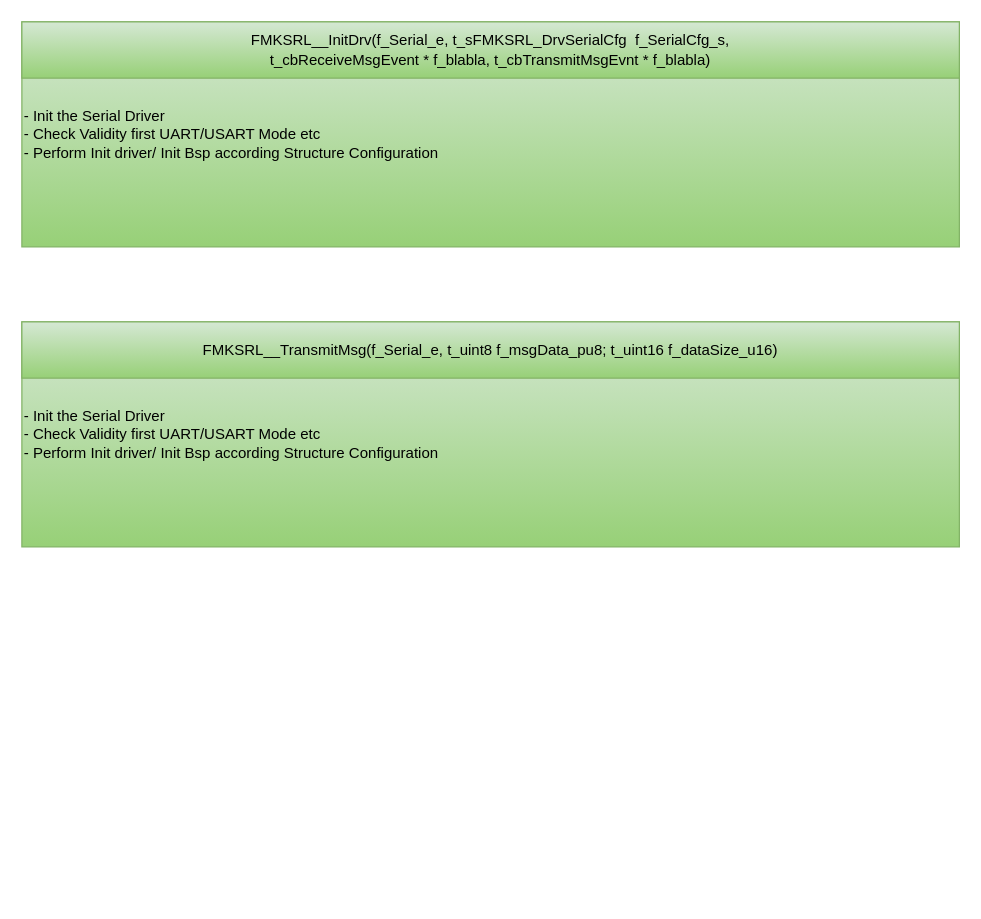
Earlier version of the draw.io diagram page "API" (4 of 14) of src/1_FMK/FMK_HAL/FMK_SRL/Doc/Design/SerialDesign.drawio (mbarbeau0545/PickersRobotPOC). Source tidied: cells renumbered, new cells numbered last; positions are measured from the earlier drawing's top-left corner, leaving out a move shared by most shapes. Both pictures are drawn from the tidied source at 125%, with x=0, y=0 at pixel (21, 21).
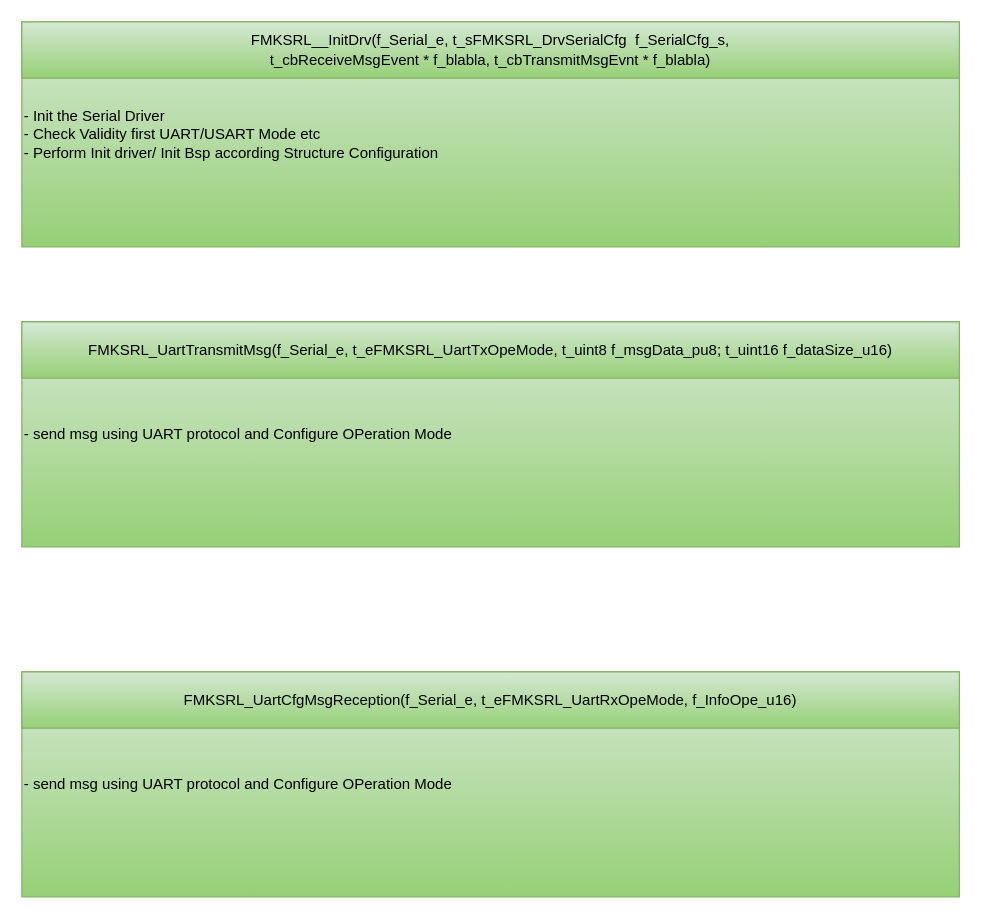
Above is the later version.

Change to the diagram source:
```diff
@@
 <mxGraphModel>
   <root>
     <mxCell id="0" />
     <mxCell id="1" parent="0" />
     <mxCell id="2" style="group;fontSize=12;" parent="1" vertex="1">
       <mxGeometry width="750" height="180" as="geometry" />
     </mxCell>
     <mxCell id="3" value="&lt;div style=&quot;font-size: 12px;&quot;&gt;&lt;div style=&quot;font-size: 12px;&quot;&gt;&lt;font style=&quot;font-size: 12px;&quot;&gt;&lt;span style=&quot;text-wrap: nowrap; font-size: 12px;&quot;&gt;- Init the Serial Driver&amp;nbsp;&lt;/span&gt;&lt;/font&gt;&lt;/div&gt;&lt;/div&gt;&lt;div style=&quot;font-size: 12px;&quot;&gt;&lt;font style=&quot;font-size: 12px;&quot;&gt;&lt;span style=&quot;text-wrap: nowrap; font-size: 12px;&quot;&gt;- Check Validity first UART/USART Mode etc&amp;nbsp;&lt;/span&gt;&lt;/font&gt;&lt;/div&gt;&lt;div style=&quot;font-size: 12px;&quot;&gt;&lt;font style=&quot;font-size: 12px;&quot;&gt;&lt;span style=&quot;text-wrap: nowrap; font-size: 12px;&quot;&gt;- Perform Init driver/ Init Bsp according Structure Configuration&amp;nbsp;&lt;/span&gt;&lt;/font&gt;&lt;/div&gt;" style="rounded=0;whiteSpace=wrap;html=1;fillColor=#d5e8d4;gradientColor=#97d077;strokeColor=#82b366;fontColor=#000000;align=left;fontSize=12;" parent="2" vertex="1">
       <mxGeometry width="750" height="180" as="geometry" />
     </mxCell>
     <mxCell id="4" value="FMKSRL__InitDrv(&lt;span style=&quot;background-color: initial;&quot;&gt;f_Serial_e,&amp;nbsp;&lt;/span&gt;&lt;span style=&quot;text-wrap: nowrap; background-color: initial; text-align: left;&quot;&gt;t_sFMKSRL_DrvSerial&lt;/span&gt;&lt;span style=&quot;text-wrap: nowrap; background-color: initial; text-align: left;&quot;&gt;Cfg&amp;nbsp; f_SerialCfg_s,&lt;/span&gt;&lt;div style=&quot;font-size: 14px;&quot;&gt;&lt;span style=&quot;font-size: 12px; background-color: initial;&quot;&gt;t_cbReceiveMsgEvent * f_blabla,&amp;nbsp;&lt;/span&gt;&lt;span style=&quot;background-color: initial; font-size: 12px;&quot;&gt;t_cbTransmitMsgEvnt * f_blabla)&lt;/span&gt;&lt;/div&gt;" style="rounded=0;whiteSpace=wrap;html=1;fillColor=#d5e8d4;gradientColor=#97d077;strokeColor=#82b366;fontColor=#000000;fontSize=12;" parent="2" vertex="1">
       <mxGeometry width="750" height="45" as="geometry" />
     </mxCell>
     <mxCell id="5" style="group;fontSize=12;" parent="1" vertex="1">
       <mxGeometry y="240" width="750" height="180" as="geometry" />
     </mxCell>
-    <mxCell id="6" value="&lt;div style=&quot;font-size: 12px;&quot;&gt;&lt;div style=&quot;font-size: 12px;&quot;&gt;&lt;font style=&quot;font-size: 12px;&quot;&gt;&lt;span style=&quot;text-wrap: nowrap; font-size: 12px;&quot;&gt;- Init the Serial Driver&amp;nbsp;&lt;/span&gt;&lt;/font&gt;&lt;/div&gt;&lt;/div&gt;&lt;div style=&quot;font-size: 12px;&quot;&gt;&lt;font style=&quot;font-size: 12px;&quot;&gt;&lt;span style=&quot;text-wrap: nowrap; font-size: 12px;&quot;&gt;- Check Validity first UART/USART Mode etc&amp;nbsp;&lt;/span&gt;&lt;/font&gt;&lt;/div&gt;&lt;div style=&quot;font-size: 12px;&quot;&gt;&lt;font style=&quot;font-size: 12px;&quot;&gt;&lt;span style=&quot;text-wrap: nowrap; font-size: 12px;&quot;&gt;- Perform Init driver/ Init Bsp according Structure Configuration&amp;nbsp;&lt;/span&gt;&lt;/font&gt;&lt;/div&gt;" style="rounded=0;whiteSpace=wrap;html=1;fillColor=#d5e8d4;gradientColor=#97d077;strokeColor=#82b366;fontColor=#000000;align=left;fontSize=12;" parent="5" vertex="1">
+    <mxCell id="6" value="&lt;div style=&quot;font-size: 12px;&quot;&gt;&lt;div style=&quot;font-size: 12px;&quot;&gt;&lt;span style=&quot;text-wrap: nowrap;&quot;&gt;- send msg using UART protocol and Configure OPeration Mode&lt;/span&gt;&lt;/div&gt;&lt;/div&gt;" style="rounded=0;whiteSpace=wrap;html=1;fillColor=#d5e8d4;gradientColor=#97d077;strokeColor=#82b366;fontColor=#000000;align=left;fontSize=12;" parent="5" vertex="1">
       <mxGeometry width="750" height="180" as="geometry" />
     </mxCell>
-    <mxCell id="7" value="&lt;div style=&quot;text-align: left;&quot;&gt;&lt;span style=&quot;background-color: initial;&quot;&gt;FMKSRL__TransmitMsg(&lt;/span&gt;&lt;span style=&quot;background-color: initial;&quot;&gt;f_Serial_e, &lt;span style=&quot;text-wrap: nowrap;&quot;&gt;t_uint8 f_msgData_pu8; t_uint16 f_dataSize_u16&lt;/span&gt;&lt;/span&gt;&lt;span style=&quot;background-color: initial;&quot;&gt;)&lt;/span&gt;&lt;/div&gt;" style="rounded=0;whiteSpace=wrap;html=1;fillColor=#d5e8d4;gradientColor=#97d077;strokeColor=#82b366;fontColor=#000000;fontSize=12;" parent="5" vertex="1">
+    <mxCell id="7" value="&lt;div style=&quot;text-align: left;&quot;&gt;&lt;span style=&quot;background-color: initial;&quot;&gt;FMKSRL_UartTransmitMsg(&lt;/span&gt;&lt;span style=&quot;background-color: initial;&quot;&gt;f_Serial_e,&amp;nbsp;&lt;/span&gt;&lt;span style=&quot;text-align: center;&quot;&gt;t_eFMKSRL_UartTxOpeMode, t_uint8&amp;nbsp;&lt;/span&gt;&lt;span style=&quot;background-color: initial;&quot;&gt;&lt;span style=&quot;text-wrap: nowrap;&quot;&gt;f_msgData_pu8; t_uint16 f_dataSize_u16&lt;/span&gt;&lt;/span&gt;&lt;span style=&quot;background-color: initial;&quot;&gt;)&lt;/span&gt;&lt;/div&gt;" style="rounded=0;whiteSpace=wrap;html=1;fillColor=#d5e8d4;gradientColor=#97d077;strokeColor=#82b366;fontColor=#000000;fontSize=12;" parent="5" vertex="1">
       <mxGeometry width="750" height="45" as="geometry" />
     </mxCell>
+    <mxCell id="8" style="group;fontSize=12;" parent="1" vertex="1">
+      <mxGeometry y="520" width="750" height="180" as="geometry" />
+    </mxCell>
+    <mxCell id="9" value="&lt;div style=&quot;font-size: 12px;&quot;&gt;&lt;div style=&quot;font-size: 12px;&quot;&gt;&lt;span style=&quot;text-wrap: nowrap;&quot;&gt;- send msg using UART protocol and Configure OPeration Mode&lt;/span&gt;&lt;/div&gt;&lt;/div&gt;" style="rounded=0;whiteSpace=wrap;html=1;fillColor=#d5e8d4;gradientColor=#97d077;strokeColor=#82b366;fontColor=#000000;align=left;fontSize=12;" parent="8" vertex="1">
+      <mxGeometry width="750" height="180" as="geometry" />
+    </mxCell>
+    <mxCell id="10" value="&lt;div style=&quot;text-align: left;&quot;&gt;&lt;span style=&quot;background-color: initial;&quot;&gt;FMKSRL_UartCfgMsgReception(&lt;/span&gt;&lt;span style=&quot;background-color: initial;&quot;&gt;f_Serial_e,&amp;nbsp;&lt;/span&gt;&lt;span style=&quot;text-align: center;&quot;&gt;t_eFMKSRL_UartRxOpeMode, f_InfoOpe_u16&lt;/span&gt;&lt;span style=&quot;background-color: initial;&quot;&gt;)&lt;/span&gt;&lt;br&gt;&lt;/div&gt;" style="rounded=0;whiteSpace=wrap;html=1;fillColor=#d5e8d4;gradientColor=#97d077;strokeColor=#82b366;fontColor=#000000;fontSize=12;" parent="8" vertex="1">
+      <mxGeometry width="750" height="45" as="geometry" />
+    </mxCell>
   </root>
 </mxGraphModel>
```
